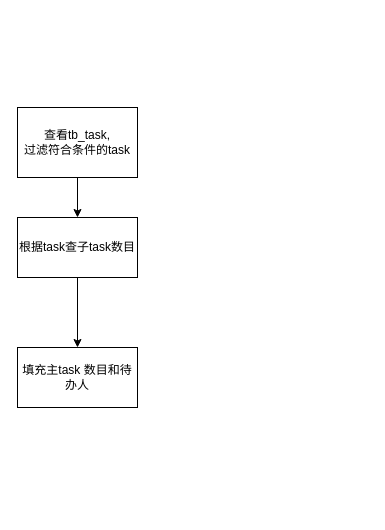
Above: Untitled Diagram.drawio in YueHong-code/iterm2-zmodem (draw.io), before the change. Source tidied: cells renumbered, new cells numbered last; positions are measured from the earlier drawing's top-left corner, leaving out a move shared by most shapes. Both pictures are drawn from the tidied source at 100%, with x=0, y=0 at pixel (17, 107).
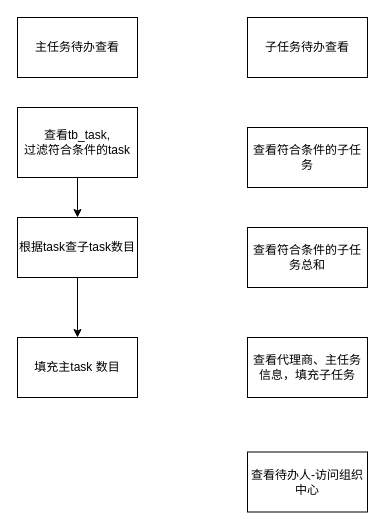
The same diagram, later.

The edit, as a diff of the source:
```diff
@@
 <mxGraphModel>
   <root>
     <mxCell id="0" />
     <mxCell id="1" parent="0" />
     <mxCell id="2" style="edgeStyle=orthogonalEdgeStyle;rounded=0;jettySize=auto;html=1;entryX=0.5;entryY=0;entryDx=0;entryDy=0;" parent="1" edge="1" source="3" target="5">
       <mxGeometry relative="1" as="geometry" />
     </mxCell>
     <mxCell id="3" value="查看tb_task,&lt;br&gt;过滤符合条件的task" style="rounded=0;whiteSpace=wrap;html=1;" parent="1" vertex="1">
       <mxGeometry width="120" height="70" as="geometry" />
     </mxCell>
     <mxCell id="4" style="edgeStyle=orthogonalEdgeStyle;rounded=0;jettySize=auto;html=1;entryX=0.5;entryY=0;entryDx=0;entryDy=0;" parent="1" edge="1" source="5" target="6">
       <mxGeometry relative="1" as="geometry" />
     </mxCell>
     <mxCell id="5" value="根据task查子task数目" style="rounded=0;whiteSpace=wrap;html=1;" parent="1" vertex="1">
       <mxGeometry y="110" width="120" height="60" as="geometry" />
     </mxCell>
-    <mxCell id="6" value="填充主task 数目和待办人" style="rounded=0;whiteSpace=wrap;html=1;" parent="1" vertex="1">
-      <mxGeometry y="240" width="120" height="60" as="geometry" />
+    <mxCell id="6" value="填充主task 数目" style="rounded=0;whiteSpace=wrap;html=1;" parent="1" vertex="1">
+      <mxGeometry y="230" width="120" height="60" as="geometry" />
     </mxCell>
+    <mxCell id="7" value="子任务待办查看" style="whiteSpace=wrap;html=1;" parent="1" vertex="1">
+      <mxGeometry x="230" y="-90" width="120" height="60" as="geometry" />
+    </mxCell>
+    <mxCell id="8" value="主任务待办查看" style="rounded=0;whiteSpace=wrap;html=1;" parent="1" vertex="1">
+      <mxGeometry y="-90" width="120" height="60" as="geometry" />
+    </mxCell>
+    <mxCell id="9" value="查看符合条件的子任务" style="whiteSpace=wrap;html=1;" parent="1" vertex="1">
+      <mxGeometry x="230" y="20" width="120" height="60" as="geometry" />
+    </mxCell>
+    <mxCell id="10" value="查看符合条件的子任务总和" style="whiteSpace=wrap;html=1;" parent="1" vertex="1">
+      <mxGeometry x="230" y="120" width="120" height="60" as="geometry" />
+    </mxCell>
+    <mxCell id="11" value="查看代理商、主任务信息，填充子任务" style="whiteSpace=wrap;html=1;" parent="1" vertex="1">
+      <mxGeometry x="230" y="230" width="120" height="60" as="geometry" />
+    </mxCell>
+    <mxCell id="12" value="查看待办人-访问组织中心" style="whiteSpace=wrap;html=1;" parent="1" vertex="1">
+      <mxGeometry x="230" y="344.5" width="120" height="60" as="geometry" />
+    </mxCell>
   </root>
 </mxGraphModel>
```
